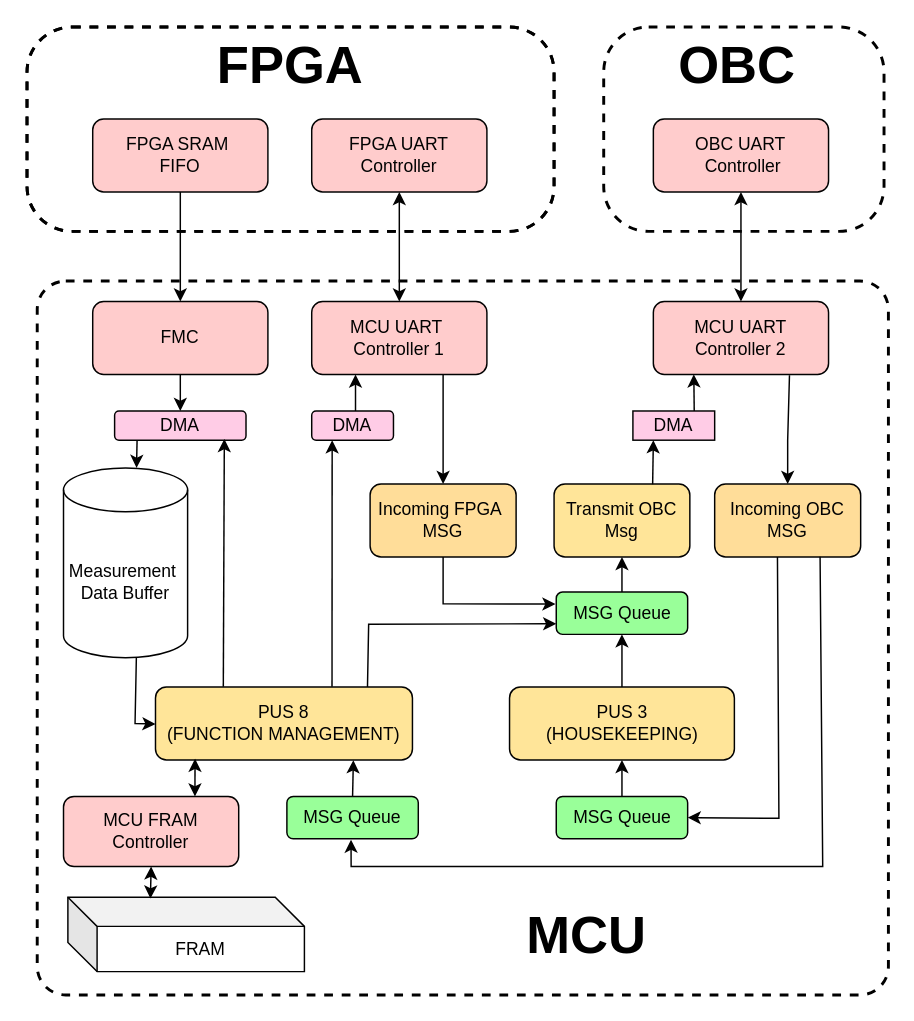
WhiskeySierraPapa/LP-Software-uC-SP-MThesis-2025 keeps this draw.io diagram as Software_Architecture_DataHub.drawio. Above is the earlier version. Source tidied: cells renumbered, new cells numbered last; positions are measured from the earlier drawing's top-left corner, leaving out a move shared by most shapes. Both pictures are drawn from the tidied source at 146%, with x=0, y=0 at pixel (26, 26).
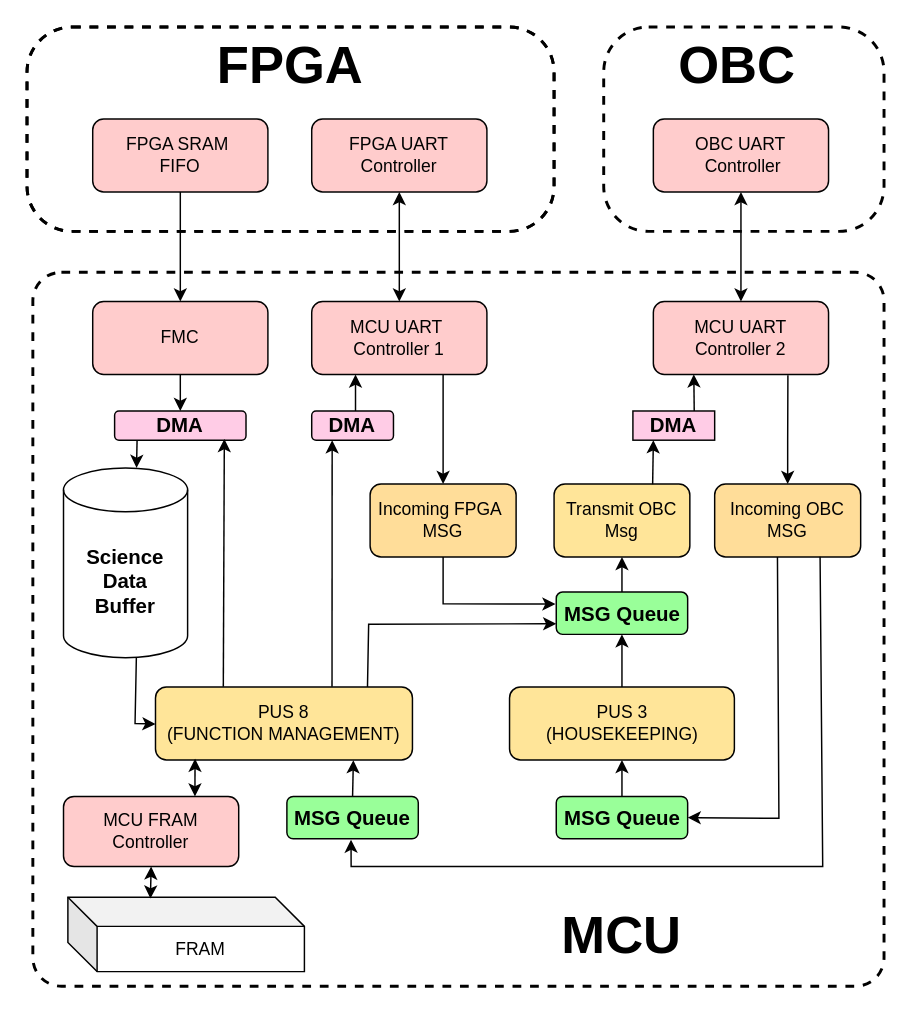
The same page after the edit.

The change refers to these unchanged cells:
```xml
<mxCell id="2" value="Incoming OBC&#10;MSG" style="rounded=1;whiteSpace=wrap;fillColor=#FFDD99;" parent="1" vertex="1">
  <mxGeometry x="471" y="313" width="100" height="50" as="geometry" />
</mxCell>
<mxCell id="8" value="MCU UART&#10;Controller 2" style="rounded=1;whiteSpace=wrap;fillColor=#FFCCCC;" parent="1" vertex="1">
  <mxGeometry x="429" y="188" width="120" height="50" as="geometry" />
</mxCell>
```

What changed in the source:
```diff
@@
-    <mxCell id="17" value="Measurement&amp;nbsp;&lt;div&gt;Data Buffer&lt;/div&gt;" style="shape=cylinder3;whiteSpace=wrap;html=1;boundedLbl=1;backgroundOutline=1;size=15;" parent="1" vertex="1">
+    <mxCell id="17" value="&lt;h4&gt;&lt;font style=&quot;font-size: 14px;&quot;&gt;&lt;b style=&quot;&quot;&gt;Science&lt;br&gt;&lt;/b&gt;&lt;b style=&quot;&quot;&gt;Data&lt;br&gt;&lt;/b&gt;&lt;b style=&quot;&quot;&gt;Buffer&lt;/b&gt;&lt;/font&gt;&lt;/h4&gt;" style="shape=cylinder3;whiteSpace=wrap;html=1;boundedLbl=1;backgroundOutline=1;size=15;" parent="1" vertex="1">
       <mxGeometry x="25" y="302" width="85" height="130" as="geometry" />
     </mxCell>
-    <mxCell id="18" value="DMA" style="rounded=1;whiteSpace=wrap;html=1;fillColor=light-dark(#FFCCE6,var(--ge-dark-color, #121212));" parent="1" vertex="1">
+    <mxCell id="18" value="&lt;font style=&quot;font-size: 14px;&quot;&gt;&lt;b&gt;DMA&lt;/b&gt;&lt;/font&gt;" style="rounded=1;whiteSpace=wrap;html=1;fillColor=light-dark(#FFCCE6,var(--ge-dark-color, #121212));" parent="1" vertex="1">
       <mxGeometry x="195" y="263" width="56" height="20" as="geometry" />
     </mxCell>
-    <mxCell id="19" value="DMA" style="rounded=1;whiteSpace=wrap;html=1;fillColor=light-dark(#FFCCE6,var(--ge-dark-color, #121212));" parent="1" vertex="1">
+    <mxCell id="19" value="&lt;font style=&quot;font-size: 14px;&quot;&gt;&lt;b&gt;DMA&lt;/b&gt;&lt;/font&gt;" style="rounded=1;whiteSpace=wrap;html=1;fillColor=light-dark(#FFCCE6,var(--ge-dark-color, #121212));" parent="1" vertex="1">
       <mxGeometry x="60" y="263" width="90" height="20" as="geometry" />
     </mxCell>
@@
-    <mxCell id="28" value="DMA" style="rounded=1;whiteSpace=wrap;html=1;fillColor=light-dark(#FFCCE6,var(--ge-dark-color, #121212));arcSize=0;" parent="1" vertex="1">
+    <mxCell id="28" value="&lt;font style=&quot;font-size: 14px;&quot;&gt;&lt;b&gt;DMA&lt;/b&gt;&lt;/font&gt;" style="rounded=1;whiteSpace=wrap;html=1;fillColor=light-dark(#FFCCE6,var(--ge-dark-color, #121212));arcSize=0;" parent="1" vertex="1">
       <mxGeometry x="415" y="263" width="56" height="20" as="geometry" />
     </mxCell>
@@
-    <mxCell id="31" style="endArrow=classic;html=1;rounded=0;exitX=0.777;exitY=1.011;exitDx=0;exitDy=0;exitPerimeter=0;entryX=0.5;entryY=0;entryDx=0;entryDy=0;" parent="1" edge="1" source="8" target="2">
+    <mxCell id="31" style="endArrow=classic;html=1;rounded=0;exitX=0.768;exitY=1.009;exitDx=0;exitDy=0;exitPerimeter=0;entryX=0.5;entryY=0;entryDx=0;entryDy=0;" parent="1" edge="1" source="8" target="2">
       <mxGeometry relative="1" as="geometry">
         <Array as="points">
           <mxPoint x="521" y="283" />
         </Array>
       </mxGeometry>
     </mxCell>
-    <mxCell id="32" value="MSG Queue" style="rounded=1;whiteSpace=wrap;html=1;fillColor=light-dark(#99FF99,var(--ge-dark-color, #121212));" parent="1" vertex="1">
+    <mxCell id="32" value="&lt;font style=&quot;font-size: 14px;&quot;&gt;&lt;b&gt;MSG Queue&lt;/b&gt;&lt;/font&gt;" style="rounded=1;whiteSpace=wrap;html=1;fillColor=light-dark(#99FF99,var(--ge-dark-color, #121212));" parent="1" vertex="1">
       <mxGeometry x="362.5" y="387" width="90" height="29" as="geometry" />
     </mxCell>
@@
-    <mxCell id="35" value="MSG Queue" style="rounded=1;whiteSpace=wrap;html=1;fillColor=light-dark(#99FF99,var(--ge-dark-color, #121212));" parent="1" vertex="1">
+    <mxCell id="35" value="&lt;font style=&quot;font-size: 14px;&quot;&gt;&lt;b&gt;MSG Queue&lt;/b&gt;&lt;/font&gt;" style="rounded=1;whiteSpace=wrap;html=1;fillColor=light-dark(#99FF99,var(--ge-dark-color, #121212));" parent="1" vertex="1">
       <mxGeometry x="362.5" y="527" width="90" height="29" as="geometry" />
     </mxCell>
-    <mxCell id="36" value="MSG Queue" style="rounded=1;whiteSpace=wrap;html=1;fillColor=light-dark(#99FF99,var(--ge-dark-color, #121212));" parent="1" vertex="1">
+    <mxCell id="36" value="&lt;b&gt;&lt;font style=&quot;font-size: 14px;&quot;&gt;MSG Queue&lt;/font&gt;&lt;/b&gt;" style="rounded=1;whiteSpace=wrap;html=1;fillColor=light-dark(#99FF99,var(--ge-dark-color, #121212));" parent="1" vertex="1">
       <mxGeometry x="178" y="527" width="90" height="29" as="geometry" />
     </mxCell>
@@
     <mxCell id="44" style="rounded=1;whiteSpace=wrap;html=1;arcSize=4;strokeColor=#000000;dashed=1;strokeWidth=2;fillColor=#FFFFFF;fillOpacity=0.3;" parent="1" vertex="1">
-      <mxGeometry x="7" y="174" width="583" height="489" as="geometry" />
+      <mxGeometry x="4" y="168" width="583" height="489" as="geometry" />
     </mxCell>
@@
     <mxCell id="51" value="&lt;font style=&quot;font-size: 36px;&quot;&gt;&lt;b style=&quot;&quot;&gt;MCU&lt;/b&gt;&lt;/font&gt;" style="text;html=1;align=center;verticalAlign=middle;whiteSpace=wrap;rounded=0;" parent="1" vertex="1">
-      <mxGeometry x="311.5" y="601" width="142.5" height="41" as="geometry" />
+      <mxGeometry x="311.5" y="601" width="190.5" height="41" as="geometry" />
     </mxCell>
```
